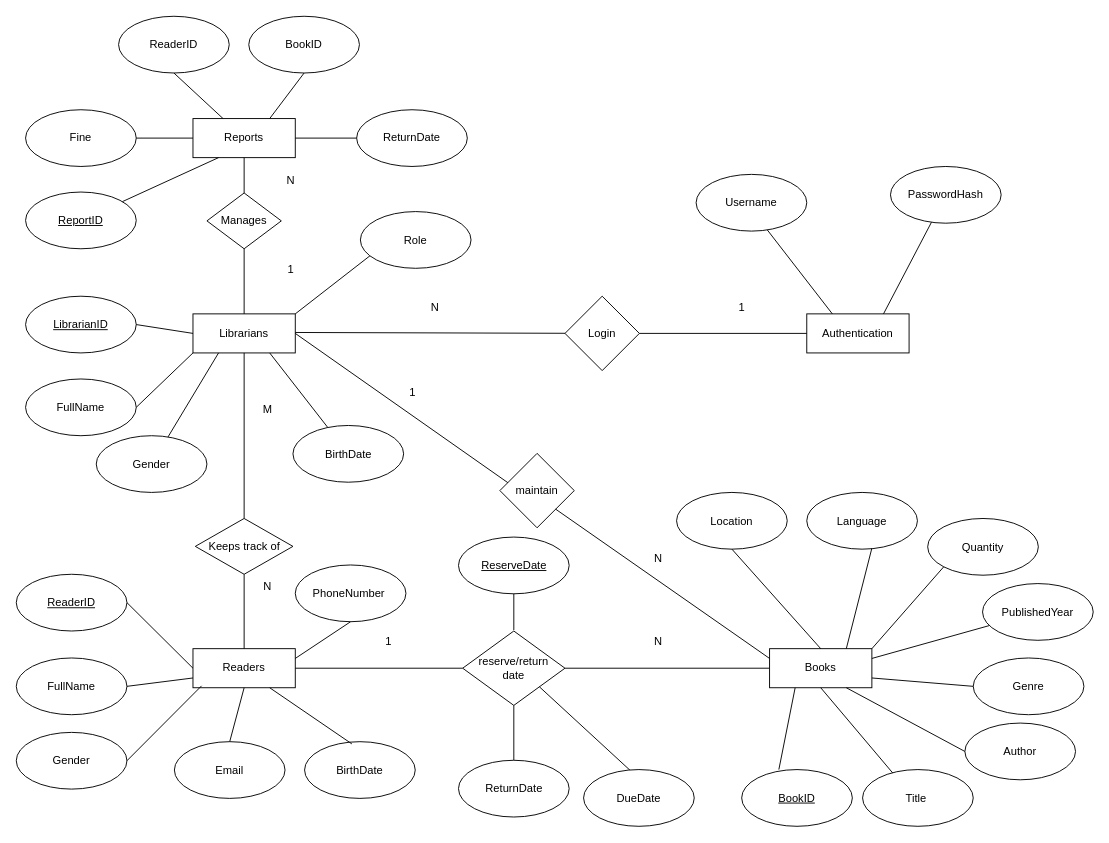
This is .idea/library.drawio from thanhpro0802/demo, a draw.io file, before an edit. Source tidied: cells renumbered, new cells numbered last; positions are measured from the earlier drawing's top-left corner, leaving out a move shared by most shapes. Both pictures are drawn from the tidied source at 93%, with x=0, y=0 at pixel (16, 16).
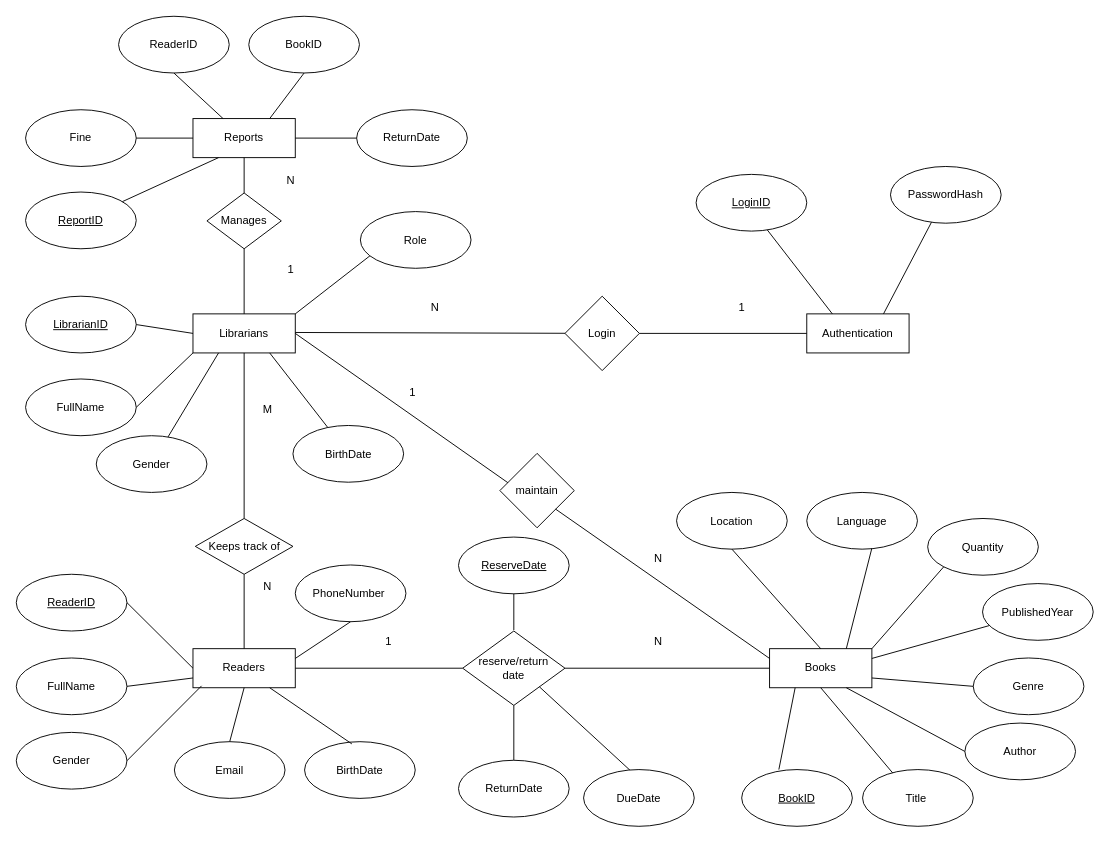
Above is the later version.

What changed in the source:
```diff
@@
-    <mxCell id="77" value="Username" style="ellipse;whiteSpace=wrap;html=1;" parent="1" vertex="1">
+    <mxCell id="77" value="&lt;u&gt;LoginID&lt;/u&gt;" style="ellipse;whiteSpace=wrap;html=1;" parent="1" vertex="1">
       <mxGeometry x="731" y="170" width="119" height="61" as="geometry" />
     </mxCell>
```
